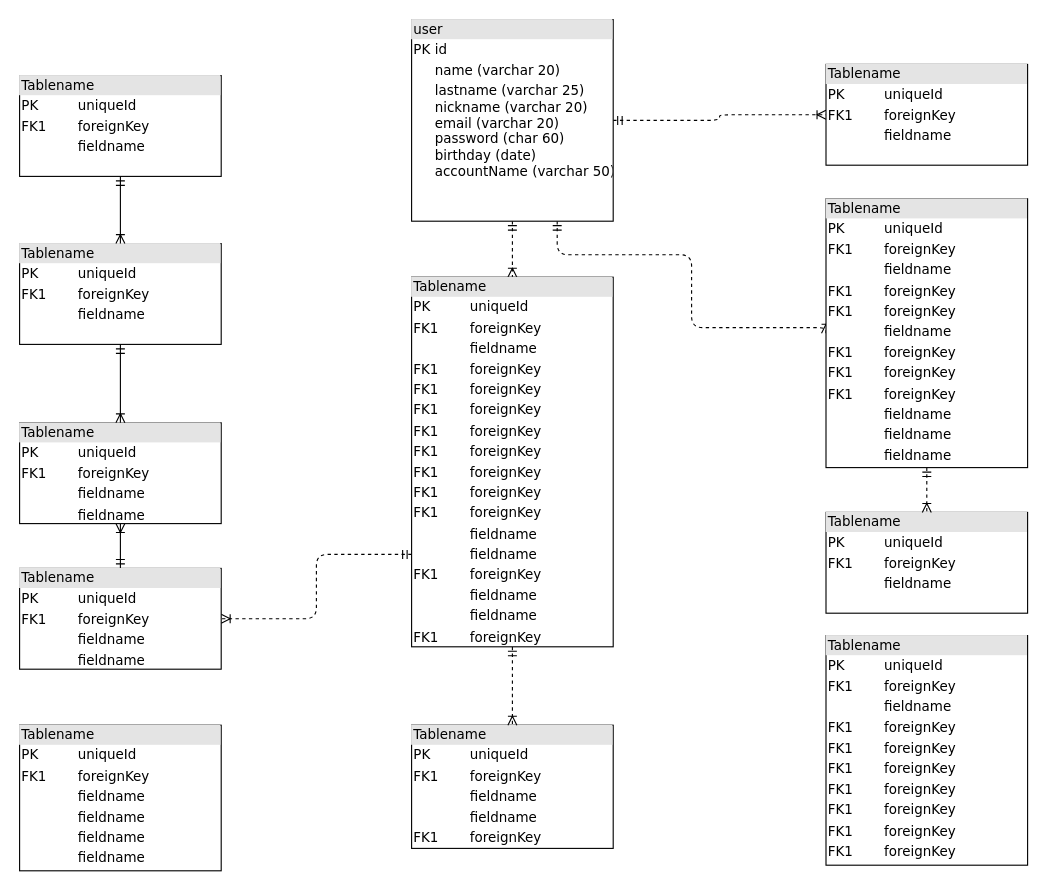
Above: Diagramas/dbcif.drawio in Esteban528/diagramas (draw.io), before the change. Source tidied: cells renumbered, new cells numbered last; positions are measured from the earlier drawing's top-left corner, leaving out a move shared by most shapes. Both pictures are drawn from the tidied source at 112%, with x=0, y=0 at pixel (19, 19).
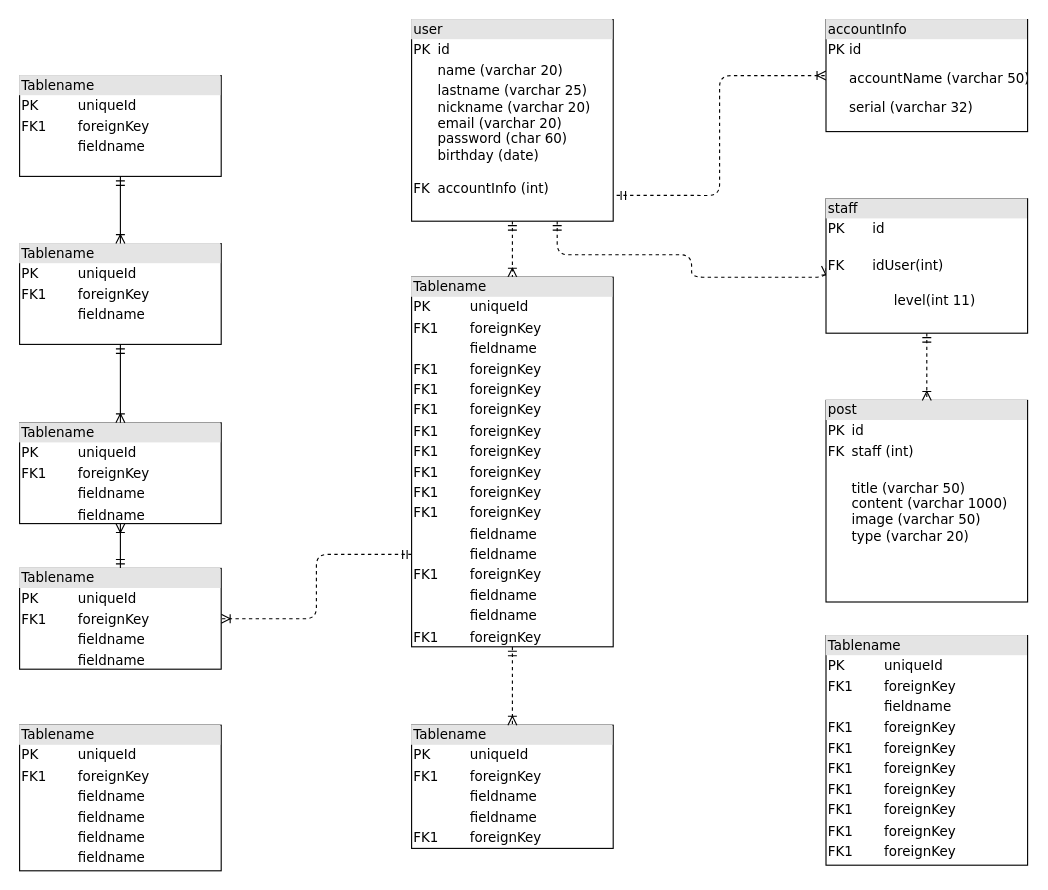
The same page after the edit.

Diff of the diagram source:
```diff
@@
     <mxCell id="4" style="edgeStyle=orthogonalEdgeStyle;html=1;dashed=1;labelBackgroundColor=none;startArrow=ERmandOne;endArrow=ERoneToMany;fontFamily=Verdana;fontSize=12;align=left;entryX=0;entryY=0.5;" parent="1" edge="1" source="6" target="19">
       <mxGeometry relative="1" as="geometry">
         <Array as="points">
           <mxPoint x="480" y="210" />
           <mxPoint x="600" y="210" />
-          <mxPoint x="600" y="275" />
+          <mxPoint x="600" y="230" />
+          <mxPoint x="720" y="230" />
         </Array>
       </mxGeometry>
     </mxCell>
-    <mxCell id="5" style="edgeStyle=orthogonalEdgeStyle;html=1;dashed=1;labelBackgroundColor=none;startArrow=ERmandOne;endArrow=ERoneToMany;fontFamily=Verdana;fontSize=12;align=left;" parent="1" edge="1" source="6" target="20">
+    <mxCell id="5" style="edgeStyle=orthogonalEdgeStyle;html=1;dashed=1;labelBackgroundColor=none;startArrow=ERmandOne;endArrow=ERoneToMany;fontFamily=Verdana;fontSize=12;align=left;exitX=1.017;exitY=0.872;exitDx=0;exitDy=0;exitPerimeter=0;" parent="1" edge="1" source="6" target="20">
       <mxGeometry relative="1" as="geometry" />
     </mxCell>
-    <mxCell id="6" value="&lt;div style=&quot;box-sizing: border-box ; width: 100% ; background: #e4e4e4 ; padding: 2px&quot;&gt;user&lt;/div&gt;&lt;table style=&quot;width: 100% ; font-size: 1em&quot; cellpadding=&quot;2&quot; cellspacing=&quot;0&quot;&gt;&lt;tbody&gt;&lt;tr&gt;&lt;td&gt;PK&lt;/td&gt;&lt;td&gt;id&lt;/td&gt;&lt;/tr&gt;&lt;tr&gt;&lt;td&gt;&lt;br&gt;&lt;/td&gt;&lt;td&gt;name (varchar 20)&lt;/td&gt;&lt;/tr&gt;&lt;tr&gt;&lt;td&gt;&lt;br&gt;&lt;/td&gt;&lt;td&gt;lastname (varchar 25)&lt;br&gt;nickname (varchar 20)&lt;br&gt;email (varchar 20)&lt;br&gt;password (char 60)&lt;br&gt;birthday (date)&lt;br&gt;accountName (varchar 50)&lt;br&gt;&lt;br&gt;&lt;/td&gt;&lt;/tr&gt;&lt;/tbody&gt;&lt;/table&gt;" style="verticalAlign=top;align=left;overflow=fill;html=1;rounded=0;shadow=0;comic=0;labelBackgroundColor=none;strokeWidth=1;fontFamily=Verdana;fontSize=12;" parent="1" vertex="1">
+    <mxCell id="6" value="&lt;div style=&quot;box-sizing: border-box ; width: 100% ; background: #e4e4e4 ; padding: 2px&quot;&gt;user&lt;/div&gt;&lt;table style=&quot;width: 100% ; font-size: 1em&quot; cellpadding=&quot;2&quot; cellspacing=&quot;0&quot;&gt;&lt;tbody&gt;&lt;tr&gt;&lt;td&gt;PK&lt;/td&gt;&lt;td&gt;id&lt;/td&gt;&lt;/tr&gt;&lt;tr&gt;&lt;td&gt;&lt;br&gt;&lt;/td&gt;&lt;td&gt;name (varchar 20)&lt;/td&gt;&lt;/tr&gt;&lt;tr&gt;&lt;td&gt;&lt;br&gt;&lt;br&gt;&lt;br&gt;&lt;br&gt;&lt;br&gt;FK&lt;/td&gt;&lt;td&gt;lastname (varchar 25)&lt;br&gt;nickname (varchar 20)&lt;br&gt;email (varchar 20)&lt;br&gt;password (char 60)&lt;br&gt;birthday (date)&lt;br&gt;&lt;br&gt;accountInfo (int)&lt;br&gt;&lt;br&gt;&lt;/td&gt;&lt;/tr&gt;&lt;/tbody&gt;&lt;/table&gt;" style="verticalAlign=top;align=left;overflow=fill;html=1;rounded=0;shadow=0;comic=0;labelBackgroundColor=none;strokeWidth=1;fontFamily=Verdana;fontSize=12;" parent="1" vertex="1">
       <mxGeometry x="350" width="180" height="180" as="geometry" />
     </mxCell>
@@
-    <mxCell id="17" value="&lt;div style=&quot;box-sizing:border-box;width:100%;background:#e4e4e4;padding:2px;&quot;&gt;Tablename&lt;/div&gt;&lt;table style=&quot;width:100%;font-size:1em;&quot; cellpadding=&quot;2&quot; cellspacing=&quot;0&quot;&gt;&lt;tr&gt;&lt;td&gt;PK&lt;/td&gt;&lt;td&gt;uniqueId&lt;/td&gt;&lt;/tr&gt;&lt;tr&gt;&lt;td&gt;FK1&lt;/td&gt;&lt;td&gt;foreignKey&lt;/td&gt;&lt;/tr&gt;&lt;tr&gt;&lt;td&gt;&lt;/td&gt;&lt;td&gt;fieldname&lt;/td&gt;&lt;/tr&gt;&lt;/table&gt;" style="verticalAlign=top;align=left;overflow=fill;html=1;rounded=0;shadow=0;comic=0;labelBackgroundColor=none;strokeWidth=1;fontFamily=Verdana;fontSize=12;" parent="1" vertex="1">
-      <mxGeometry x="720" y="440" width="180" height="90" as="geometry" />
+    <mxCell id="17" value="&lt;div style=&quot;box-sizing:border-box;width:100%;background:#e4e4e4;padding:2px;&quot;&gt;post&lt;/div&gt;&lt;table style=&quot;width:100%;font-size:1em;&quot; cellpadding=&quot;2&quot; cellspacing=&quot;0&quot;&gt;&lt;tbody&gt;&lt;tr&gt;&lt;td&gt;PK&lt;/td&gt;&lt;td&gt;id&lt;/td&gt;&lt;/tr&gt;&lt;tr&gt;&lt;td&gt;FK&lt;/td&gt;&lt;td&gt;staff (int)&lt;/td&gt;&lt;/tr&gt;&lt;tr&gt;&lt;td&gt;&lt;/td&gt;&lt;td&gt;&lt;br&gt;title (varchar 50)&lt;br&gt;content (varchar 1000)&lt;br&gt;image (varchar 50)&lt;br&gt;type (varchar 20)&lt;br&gt;&lt;br&gt;&lt;br&gt;&lt;br&gt;&lt;/td&gt;&lt;/tr&gt;&lt;/tbody&gt;&lt;/table&gt;" style="verticalAlign=top;align=left;overflow=fill;html=1;rounded=0;shadow=0;comic=0;labelBackgroundColor=none;strokeWidth=1;fontFamily=Verdana;fontSize=12;" parent="1" vertex="1">
+      <mxGeometry x="720" y="340" width="180" height="180" as="geometry" />
     </mxCell>
@@
-    <mxCell id="19" value="&lt;div style=&quot;box-sizing: border-box ; width: 100% ; background: #e4e4e4 ; padding: 2px&quot;&gt;Tablename&lt;/div&gt;&lt;table style=&quot;width: 100% ; font-size: 1em&quot; cellpadding=&quot;2&quot; cellspacing=&quot;0&quot;&gt;&lt;tbody&gt;&lt;tr&gt;&lt;td&gt;PK&lt;/td&gt;&lt;td&gt;uniqueId&lt;/td&gt;&lt;/tr&gt;&lt;tr&gt;&lt;td&gt;FK1&lt;/td&gt;&lt;td&gt;foreignKey&lt;/td&gt;&lt;/tr&gt;&lt;tr&gt;&lt;td&gt;&lt;/td&gt;&lt;td&gt;fieldname&lt;/td&gt;&lt;/tr&gt;&lt;tr&gt;&lt;td&gt;FK1&lt;br&gt;&lt;/td&gt;&lt;td&gt;foreignKey&lt;br&gt;&lt;/td&gt;&lt;/tr&gt;&lt;tr&gt;&lt;td&gt;FK1&lt;br&gt;&lt;/td&gt;&lt;td&gt;foreignKey&lt;br&gt;&lt;/td&gt;&lt;/tr&gt;&lt;tr&gt;&lt;td&gt;&lt;br&gt;&lt;/td&gt;&lt;td&gt;fieldname&lt;br&gt;&lt;/td&gt;&lt;/tr&gt;&lt;tr&gt;&lt;td&gt;FK1&lt;br&gt;&lt;/td&gt;&lt;td&gt;foreignKey&lt;br&gt;&lt;/td&gt;&lt;/tr&gt;&lt;tr&gt;&lt;td&gt;FK1&lt;br&gt;&lt;/td&gt;&lt;td&gt;foreignKey&lt;br&gt;&lt;/td&gt;&lt;/tr&gt;&lt;tr&gt;&lt;td&gt;FK1&lt;br&gt;&lt;/td&gt;&lt;td&gt;foreignKey&lt;br&gt;&lt;/td&gt;&lt;/tr&gt;&lt;tr&gt;&lt;td&gt;&lt;br&gt;&lt;/td&gt;&lt;td&gt;fieldname&lt;br&gt;&lt;/td&gt;&lt;/tr&gt;&lt;tr&gt;&lt;td&gt;&lt;br&gt;&lt;/td&gt;&lt;td&gt;fieldname&lt;br&gt;&lt;/td&gt;&lt;/tr&gt;&lt;tr&gt;&lt;td&gt;&lt;br&gt;&lt;/td&gt;&lt;td&gt;fieldname&lt;br&gt;&lt;/td&gt;&lt;/tr&gt;&lt;/tbody&gt;&lt;/table&gt;" style="verticalAlign=top;align=left;overflow=fill;html=1;rounded=0;shadow=0;comic=0;labelBackgroundColor=none;strokeWidth=1;fontFamily=Verdana;fontSize=12;" parent="1" vertex="1">
-      <mxGeometry x="720" y="160" width="180" height="240" as="geometry" />
+    <mxCell id="19" value="&lt;div style=&quot;box-sizing: border-box ; width: 100% ; background: #e4e4e4 ; padding: 2px&quot;&gt;staff&lt;/div&gt;&lt;table style=&quot;width: 100% ; font-size: 1em&quot; cellpadding=&quot;2&quot; cellspacing=&quot;0&quot;&gt;&lt;tbody&gt;&lt;tr&gt;&lt;td&gt;PK&lt;/td&gt;&lt;td&gt;id&lt;/td&gt;&lt;/tr&gt;&lt;tr&gt;&lt;td&gt;FK&lt;/td&gt;&lt;td&gt;&lt;br&gt;idUser(int)&lt;br&gt;&lt;br&gt;&lt;/td&gt;&lt;/tr&gt;&lt;/tbody&gt;&lt;/table&gt;&lt;span style=&quot;white-space: pre;&quot;&gt;&#9;&lt;/span&gt;&lt;span style=&quot;white-space: pre;&quot;&gt;&#9;&lt;/span&gt;level(int 11)&lt;br&gt;&lt;br&gt;&lt;span style=&quot;white-space: pre;&quot;&gt;&#9;&lt;/span&gt;&lt;span style=&quot;white-space: pre;&quot;&gt;&#9;&lt;/span&gt;" style="verticalAlign=top;align=left;overflow=fill;html=1;rounded=0;shadow=0;comic=0;labelBackgroundColor=none;strokeWidth=1;fontFamily=Verdana;fontSize=12;" parent="1" vertex="1">
+      <mxGeometry x="720" y="160" width="180" height="120" as="geometry" />
     </mxCell>
-    <mxCell id="20" value="&lt;div style=&quot;box-sizing:border-box;width:100%;background:#e4e4e4;padding:2px;&quot;&gt;Tablename&lt;/div&gt;&lt;table style=&quot;width:100%;font-size:1em;&quot; cellpadding=&quot;2&quot; cellspacing=&quot;0&quot;&gt;&lt;tr&gt;&lt;td&gt;PK&lt;/td&gt;&lt;td&gt;uniqueId&lt;/td&gt;&lt;/tr&gt;&lt;tr&gt;&lt;td&gt;FK1&lt;/td&gt;&lt;td&gt;foreignKey&lt;/td&gt;&lt;/tr&gt;&lt;tr&gt;&lt;td&gt;&lt;/td&gt;&lt;td&gt;fieldname&lt;/td&gt;&lt;/tr&gt;&lt;/table&gt;" style="verticalAlign=top;align=left;overflow=fill;html=1;rounded=0;shadow=0;comic=0;labelBackgroundColor=none;strokeWidth=1;fontFamily=Verdana;fontSize=12;" parent="1" vertex="1">
-      <mxGeometry x="720" y="40" width="180" height="90" as="geometry" />
+    <mxCell id="20" value="&lt;div style=&quot;box-sizing:border-box;width:100%;background:#e4e4e4;padding:2px;&quot;&gt;accountInfo&lt;/div&gt;&lt;table style=&quot;width:100%;font-size:1em;&quot; cellpadding=&quot;2&quot; cellspacing=&quot;0&quot;&gt;&lt;tbody&gt;&lt;tr&gt;&lt;td&gt;PK&lt;/td&gt;&lt;td&gt;id&lt;/td&gt;&lt;/tr&gt;&lt;tr&gt;&lt;td&gt;&lt;br&gt;&lt;br&gt;&lt;/td&gt;&lt;td&gt;accountName (varchar 50)&lt;/td&gt;&lt;/tr&gt;&lt;tr&gt;&lt;td&gt;&lt;/td&gt;&lt;td&gt;serial (varchar 32)&lt;br&gt;&lt;br&gt;&lt;/td&gt;&lt;/tr&gt;&lt;/tbody&gt;&lt;/table&gt;" style="verticalAlign=top;align=left;overflow=fill;html=1;rounded=0;shadow=0;comic=0;labelBackgroundColor=none;strokeWidth=1;fontFamily=Verdana;fontSize=12;" parent="1" vertex="1">
+      <mxGeometry x="720" width="180" height="100" as="geometry" />
     </mxCell>
```
